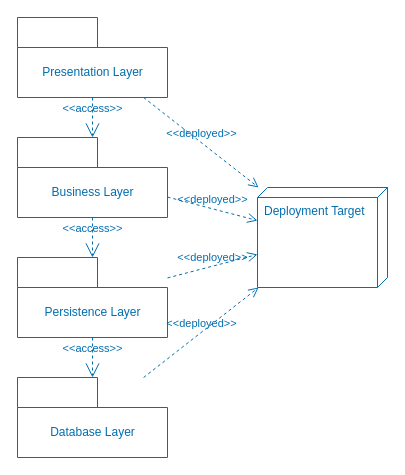
Above: diagrams/Architecture_Layered.drawio in ucudal/ANDIS_Conceptos (draw.io), before the change. Source tidied: cells renumbered, new cells numbered last; positions are measured from the earlier drawing's top-left corner, leaving out a move shared by most shapes. Both pictures are drawn from the tidied source at 100%, with x=0, y=0 at pixel (17, 17).
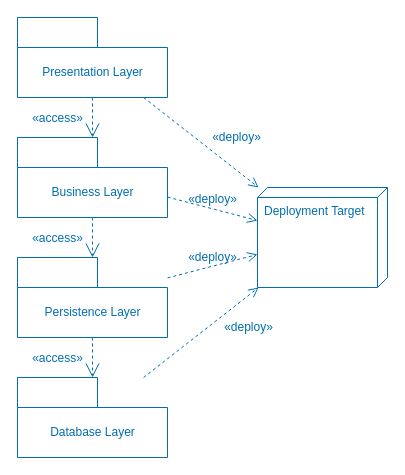
After the change.

Diff of the diagram source:
```diff
@@
 <mxGraphModel>
   <root>
     <mxCell id="0" />
     <mxCell id="1" parent="0" />
     <mxCell id="2" value="Presentation Layer" style="shape=folder;fontStyle=0;tabWidth=80;tabHeight=30;tabPosition=left;html=1;boundedLbl=1;fillColor=none;fontColor=#006EAF;strokeColor=#006EAF;" parent="1" vertex="1">
       <mxGeometry width="150" height="80" as="geometry" />
     </mxCell>
     <mxCell id="3" value="Business Layer" style="shape=folder;fontStyle=0;tabWidth=80;tabHeight=30;tabPosition=left;html=1;boundedLbl=1;fillColor=none;fontColor=#006EAF;strokeColor=#006EAF;" parent="1" vertex="1">
       <mxGeometry y="120" width="150" height="80" as="geometry" />
     </mxCell>
     <mxCell id="4" value="Persistence Layer" style="shape=folder;fontStyle=0;tabWidth=80;tabHeight=30;tabPosition=left;html=1;boundedLbl=1;fillColor=none;fontColor=#006EAF;strokeColor=#006EAF;" parent="1" vertex="1">
       <mxGeometry y="240" width="150" height="80" as="geometry" />
     </mxCell>
     <mxCell id="5" value="Database Layer" style="shape=folder;fontStyle=0;tabWidth=80;tabHeight=30;tabPosition=left;html=1;boundedLbl=1;fillColor=none;fontColor=#006EAF;strokeColor=#006EAF;" parent="1" vertex="1">
       <mxGeometry y="360" width="150" height="80" as="geometry" />
     </mxCell>
-    <mxCell id="6" value="&amp;lt;&amp;lt;access&amp;gt;&amp;gt;" style="edgeStyle=none;html=1;endArrow=open;endSize=12;dashed=1;verticalAlign=bottom;fontColor=#006EAF;fillColor=#1ba1e2;strokeColor=#006EAF;labelBackgroundColor=none;" parent="1" edge="1">
-      <mxGeometry relative="1" as="geometry">
+    <mxCell id="6" value="&lt;span style=&quot;font-size: 12px;&quot;&gt;«access»&lt;/span&gt;" style="edgeStyle=none;html=1;endArrow=open;endSize=12;dashed=1;verticalAlign=bottom;fontColor=#006EAF;fillColor=#1ba1e2;strokeColor=#006EAF;labelBackgroundColor=none;" parent="1" edge="1">
+      <mxGeometry x="0.5" y="-35" relative="1" as="geometry">
         <mxPoint x="75" y="80" as="sourcePoint" />
         <mxPoint x="75" y="120" as="targetPoint" />
       </mxGeometry>
     </mxCell>
-    <mxCell id="7" value="&amp;lt;&amp;lt;access&amp;gt;&amp;gt;" style="edgeStyle=none;html=1;endArrow=open;endSize=12;dashed=1;verticalAlign=bottom;fontColor=#006EAF;fillColor=#1ba1e2;strokeColor=#006EAF;labelBackgroundColor=none;" parent="1" edge="1" source="3" target="4">
-      <mxGeometry relative="1" as="geometry" />
+    <mxCell id="7" value="&lt;span style=&quot;font-size: 12px;&quot;&gt;«access»&lt;/span&gt;" style="edgeStyle=none;html=1;endArrow=open;endSize=12;dashed=1;verticalAlign=bottom;fontColor=#006EAF;fillColor=#1ba1e2;strokeColor=#006EAF;labelBackgroundColor=none;" parent="1" edge="1" source="3" target="4">
+      <mxGeometry x="0.5" y="-35" relative="1" as="geometry" />
     </mxCell>
-    <mxCell id="8" value="&amp;lt;&amp;lt;access&amp;gt;&amp;gt;" style="edgeStyle=none;html=1;endArrow=open;endSize=12;dashed=1;verticalAlign=bottom;fontColor=#006EAF;fillColor=#1ba1e2;strokeColor=#006EAF;labelBackgroundColor=none;" parent="1" edge="1" source="4" target="5">
-      <mxGeometry relative="1" as="geometry" />
+    <mxCell id="8" value="&lt;span style=&quot;font-size: 12px;&quot;&gt;«access»&lt;/span&gt;" style="edgeStyle=none;html=1;endArrow=open;endSize=12;dashed=1;verticalAlign=bottom;fontColor=#006EAF;fillColor=#1ba1e2;strokeColor=#006EAF;labelBackgroundColor=none;" parent="1" edge="1" source="4" target="5">
+      <mxGeometry x="0.5" y="-35" relative="1" as="geometry" />
     </mxCell>
     <mxCell id="9" value="Deployment Target" style="verticalAlign=top;align=left;shape=cube;size=10;direction=south;fontStyle=0;html=1;boundedLbl=1;spacingLeft=5;fontColor=#006EAF;fillColor=none;strokeColor=#006EAF;" parent="1" vertex="1">
       <mxGeometry x="240" y="170" width="130" height="100" as="geometry" />
     </mxCell>
-    <mxCell id="10" value="&amp;lt;&amp;lt;deployed&amp;gt;&amp;gt;" style="endArrow=open;startArrow=none;endFill=0;startFill=0;endSize=8;html=1;verticalAlign=bottom;dashed=1;labelBackgroundColor=none;fontColor=#006EAF;fillColor=#1ba1e2;strokeColor=#006EAF;" parent="1" edge="1" source="2" target="9">
-      <mxGeometry relative="1" as="geometry" />
+    <mxCell id="10" value="&lt;span style=&quot;font-size: 12px;&quot;&gt;«deploy»&lt;/span&gt;" style="endArrow=open;startArrow=none;endFill=0;startFill=0;endSize=8;html=1;verticalAlign=bottom;dashed=1;labelBackgroundColor=none;fontColor=#006EAF;fillColor=#1ba1e2;strokeColor=#006EAF;" parent="1" edge="1" source="2" target="9">
+      <mxGeometry x="0.43" y="18" relative="1" as="geometry">
+        <mxPoint y="-1" as="offset" />
+      </mxGeometry>
     </mxCell>
-    <mxCell id="11" value="&amp;lt;&amp;lt;deployed&amp;gt;&amp;gt;" style="endArrow=open;startArrow=none;endFill=0;startFill=0;endSize=8;html=1;verticalAlign=bottom;dashed=1;labelBackgroundColor=none;fontColor=#006EAF;fillColor=#1ba1e2;strokeColor=#006EAF;" parent="1" edge="1" source="3" target="9">
+    <mxCell id="11" value="&lt;span style=&quot;font-size: 12px;&quot;&gt;«deploy»&lt;/span&gt;" style="endArrow=open;startArrow=none;endFill=0;startFill=0;endSize=8;html=1;verticalAlign=bottom;dashed=1;labelBackgroundColor=none;fontColor=#006EAF;fillColor=#1ba1e2;strokeColor=#006EAF;" parent="1" edge="1" source="3" target="9">
       <mxGeometry relative="1" as="geometry" />
     </mxCell>
-    <mxCell id="12" value="&amp;lt;&amp;lt;deployed&amp;gt;&amp;gt;" style="endArrow=open;startArrow=none;endFill=0;startFill=0;endSize=8;html=1;verticalAlign=bottom;dashed=1;labelBackgroundColor=none;fontColor=#006EAF;fillColor=#1ba1e2;strokeColor=#006EAF;" parent="1" edge="1" source="4" target="9">
+    <mxCell id="12" value="&lt;span style=&quot;font-size: 12px;&quot;&gt;«deploy»&lt;/span&gt;" style="endArrow=open;startArrow=none;endFill=0;startFill=0;endSize=8;html=1;verticalAlign=bottom;dashed=1;labelBackgroundColor=none;fontColor=#006EAF;fillColor=#1ba1e2;strokeColor=#006EAF;" parent="1" edge="1" source="4" target="9">
       <mxGeometry relative="1" as="geometry" />
     </mxCell>
-    <mxCell id="13" value="&amp;lt;&amp;lt;deployed&amp;gt;&amp;gt;" style="endArrow=open;startArrow=none;endFill=0;startFill=0;endSize=8;html=1;verticalAlign=bottom;dashed=1;labelBackgroundColor=none;fontColor=#006EAF;fillColor=#1ba1e2;strokeColor=#006EAF;" parent="1" edge="1" source="5" target="9">
-      <mxGeometry relative="1" as="geometry" />
+    <mxCell id="13" value="&lt;span style=&quot;font-size: 12px;&quot;&gt;«deploy»&lt;/span&gt;" style="endArrow=open;startArrow=none;endFill=0;startFill=0;endSize=8;html=1;verticalAlign=bottom;dashed=1;labelBackgroundColor=none;fontColor=#006EAF;fillColor=#1ba1e2;strokeColor=#006EAF;" parent="1" edge="1" source="5" target="9">
+      <mxGeometry x="0.46" y="-33" relative="1" as="geometry">
+        <mxPoint y="-1" as="offset" />
+      </mxGeometry>
     </mxCell>
   </root>
 </mxGraphModel>
```
